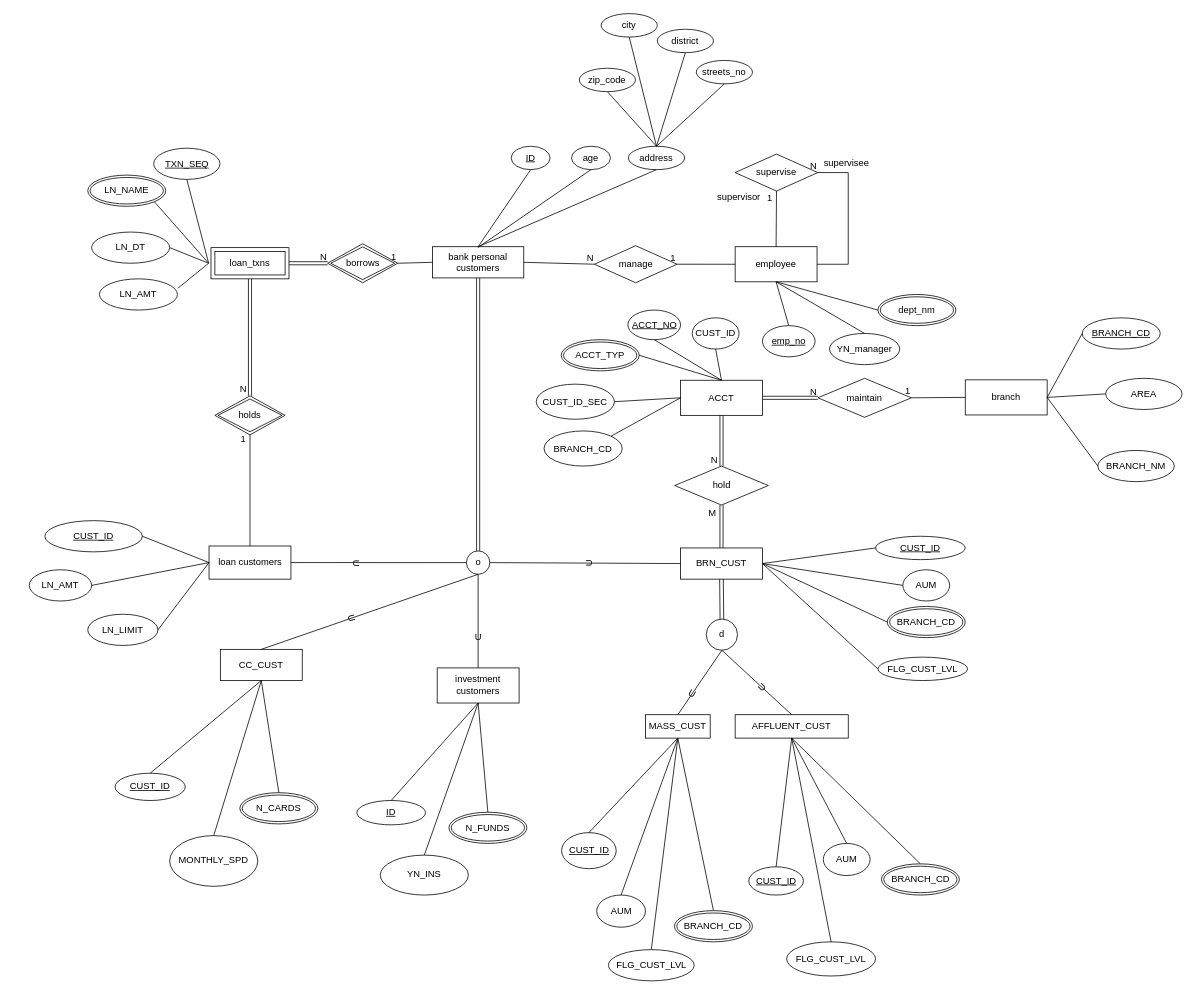
Earlier version of the draw.io diagram Homeworks/hw2.drawio (qqaazz800624/2023_Database_Systems_SQLtoNoSQL). Source tidied: cells renumbered, new cells numbered last; positions are measured from the earlier drawing's top-left corner, leaving out a move shared by most shapes. Both pictures are drawn from the tidied source at 78%, with x=0, y=0 at pixel (29, 13).
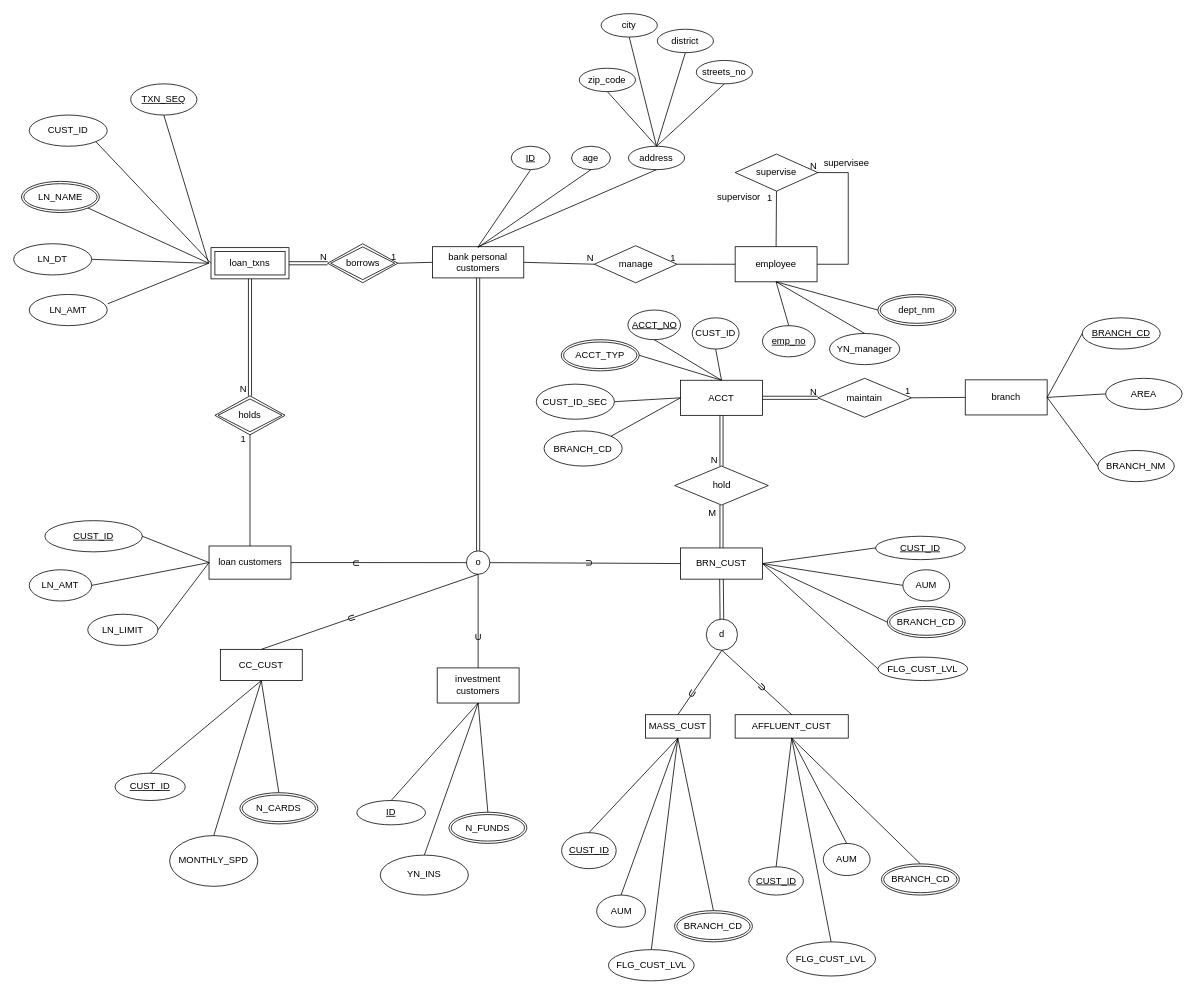
The same page after the edit.

Unchanged cells that the change refers to:
```xml
<mxCell id="68" value="loan_txns" style="shape=ext;margin=3;double=1;whiteSpace=wrap;html=1;align=center;" parent="1" vertex="1">
  <mxGeometry x="233" y="300" width="100" height="40" as="geometry" />
</mxCell>
```

The edit, as a diff of the source:
```diff
@@
     <mxCell id="28" value="LN_AMT" style="ellipse;whiteSpace=wrap;html=1;" parent="1" vertex="1">
-      <mxGeometry x="90" y="340" width="100" height="40" as="geometry" />
+      <mxGeometry y="360" width="100" height="40" as="geometry" />
     </mxCell>
@@
     <mxCell id="69" value="LN_DT" style="ellipse;whiteSpace=wrap;html=1;" parent="1" vertex="1">
-      <mxGeometry x="80" y="280" width="100" height="40" as="geometry" />
+      <mxGeometry x="-20" y="295" width="100" height="40" as="geometry" />
     </mxCell>
@@
     <mxCell id="133" value="&lt;u&gt;TXN_SEQ&lt;/u&gt;" style="ellipse;whiteSpace=wrap;html=1;" parent="1" vertex="1">
-      <mxGeometry x="159.5" y="172.5" width="85" height="40" as="geometry" />
+      <mxGeometry x="130" y="90" width="85" height="40" as="geometry" />
     </mxCell>
@@
     <mxCell id="135" value="LN_NAME" style="ellipse;shape=doubleEllipse;margin=3;whiteSpace=wrap;html=1;align=center;" parent="1" vertex="1">
-      <mxGeometry x="75" y="207" width="100" height="40" as="geometry" />
+      <mxGeometry x="-10" y="215" width="100" height="40" as="geometry" />
     </mxCell>
@@
+    <mxCell id="148" value="CUST_ID" style="ellipse;whiteSpace=wrap;html=1;" parent="1" vertex="1">
+      <mxGeometry y="130" width="100" height="40" as="geometry" />
+    </mxCell>
+    <mxCell id="149" style="endArrow=none;html=1;rounded=0;exitX=1;exitY=1;exitDx=0;exitDy=0;entryX=0;entryY=0.5;entryDx=0;entryDy=0;" parent="1" edge="1" source="148" target="68">
+      <mxGeometry relative="1" as="geometry" />
+    </mxCell>
```
